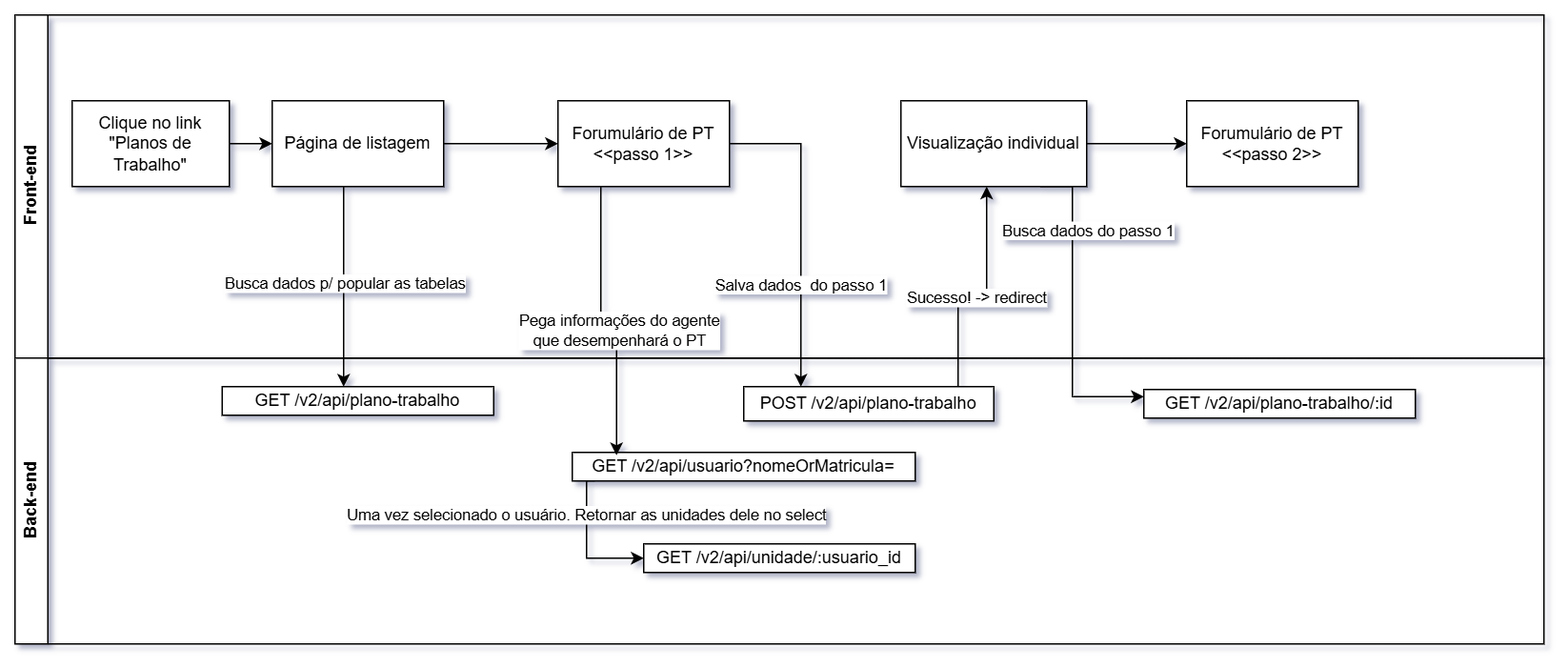
Earlier version of the draw.io export back-end/docs/plano-trabalho/fluxo-1683.drawio.png (gestaogovbr/pgd-petrvs-publico). Source tidied: cells renumbered, new cells last; positions are measured from the earlier drawing's top-left corner, leaving out a move shared by most shapes.
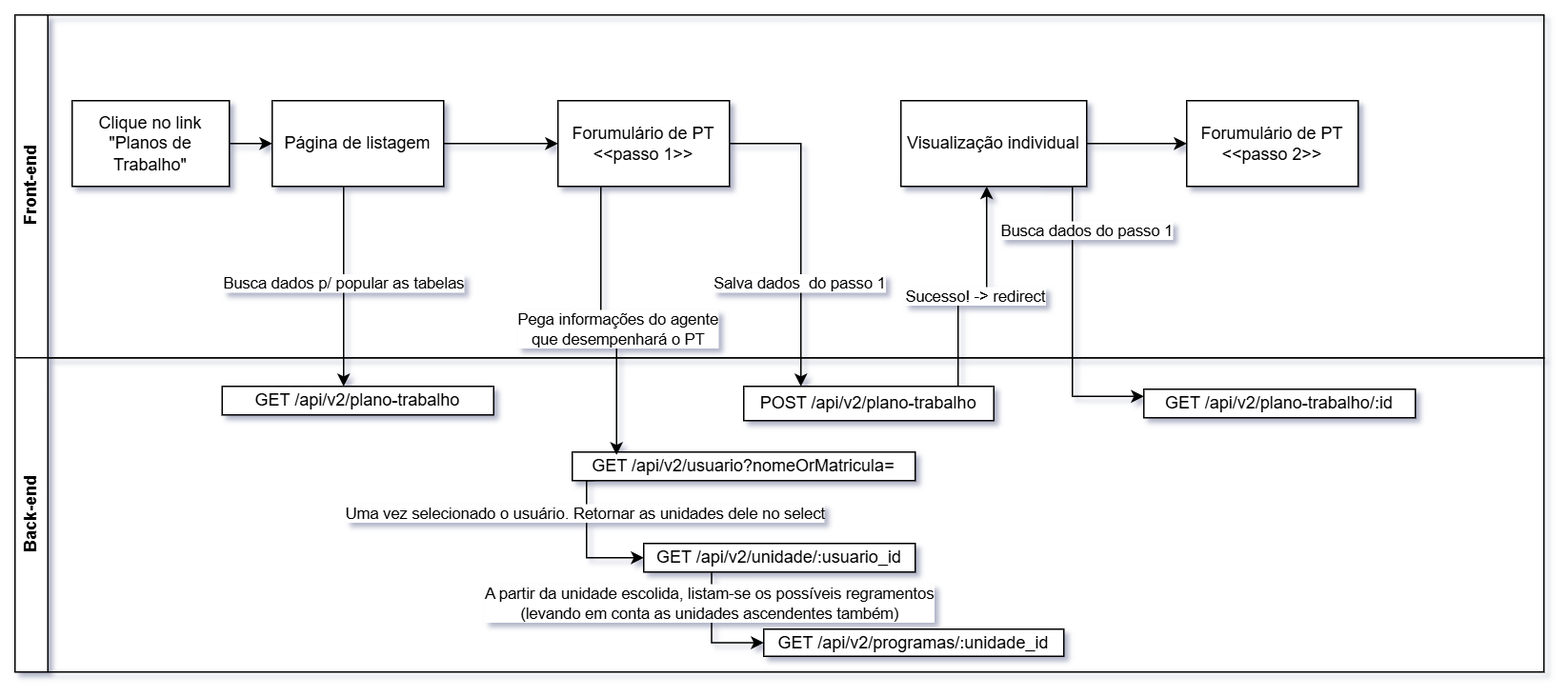
After the commit.

Commit message:
docs(#1683): correção da associação das histórias de usuário mais acertada + reorganização da hierarquia, deixando os contextos semelhantes mais próximos

What changed in the source:
```diff
@@ -30,15 +30,15 @@
       <mxGeometry x="820" y="60" width="120" height="60" as="geometry" />
     </mxCell>
     <mxCell id="11" value="Back-end" style="swimlane;horizontal=0;whiteSpace=wrap;html=1;" parent="1" vertex="1">
-      <mxGeometry y="240" width="1070" height="200" as="geometry" />
+      <mxGeometry y="240" width="1070" height="220" as="geometry" />
     </mxCell>
-    <mxCell id="12" value="GET /v2/api/plano-trabalho" style="whiteSpace=wrap;html=1;" parent="11" vertex="1">
+    <mxCell id="12" value="GET /api/v2/plano-trabalho" style="whiteSpace=wrap;html=1;" parent="11" vertex="1">
       <mxGeometry x="145" y="20" width="190" height="20" as="geometry" />
     </mxCell>
-    <mxCell id="13" value="POST /v2/api/plano-trabalho" style="whiteSpace=wrap;html=1;" parent="11" vertex="1">
+    <mxCell id="13" value="POST /api/v2/plano-trabalho" style="whiteSpace=wrap;html=1;" parent="11" vertex="1">
       <mxGeometry x="510" y="20" width="175" height="24" as="geometry" />
     </mxCell>
-    <mxCell id="14" value="GET /v2/api/plano-trabalho&lt;span style=&quot;background-color: transparent; color: light-dark(rgb(0, 0, 0), rgb(255, 255, 255));&quot;&gt;/:id&lt;/span&gt;" style="whiteSpace=wrap;html=1;" parent="11" vertex="1">
+    <mxCell id="14" value="GET /api/v2/plano-trabalho&lt;span style=&quot;background-color: transparent; color: light-dark(rgb(0, 0, 0), rgb(255, 255, 255));&quot;&gt;/:id&lt;/span&gt;" style="whiteSpace=wrap;html=1;" parent="11" vertex="1">
       <mxGeometry x="790" y="22" width="190" height="20" as="geometry" />
     </mxCell>
     <mxCell id="15" style="edgeStyle=orthogonalEdgeStyle;rounded=0;jettySize=auto;html=1;exitX=0.066;exitY=0.993;exitDx=0;exitDy=0;entryX=0;entryY=0.5;entryDx=0;entryDy=0;exitPerimeter=0;" parent="11" edge="1" source="17" target="18">
@@ -52,12 +52,23 @@
     <mxCell id="16" value="Uma vez selecionado o usuário. Retornar as unidades dele no select" style="edgeLabel;html=1;align=center;verticalAlign=middle;" parent="15" vertex="1">
       <mxGeometry x="-0.43" y="-1" relative="1" as="geometry" />
     </mxCell>
-    <mxCell id="17" value="GET /v2/api/usuario?nomeOrMatricula=" style="whiteSpace=wrap;html=1;" parent="11" vertex="1">
+    <mxCell id="17" value="GET /api/v2/usuario?nomeOrMatricula=" style="whiteSpace=wrap;html=1;" parent="11" vertex="1">
       <mxGeometry x="390" y="66" width="240" height="20" as="geometry" />
     </mxCell>
+    <mxCell id="29" style="edgeStyle=orthogonalEdgeStyle;rounded=0;jettySize=auto;html=1;exitX=0.25;exitY=1;exitDx=0;exitDy=0;entryX=0;entryY=0.5;entryDx=0;entryDy=0;" parent="11" edge="1" source="18" target="31">
+      <mxGeometry relative="1" as="geometry" />
+    </mxCell>
+    <mxCell id="30" value="A partir da unidade escolida, listam-se os possíveis regramentos&lt;div&gt;(levando em conta as unidades ascendentes também)&lt;/div&gt;" style="edgeLabel;html=1;align=center;verticalAlign=middle;" parent="29" vertex="1">
+      <mxGeometry x="-0.2" y="-2" relative="1" as="geometry">
+        <mxPoint y="-13" as="offset" />
+      </mxGeometry>
+    </mxCell>
-    <mxCell id="18" value="GET /v2/api/unidade&lt;span style=&quot;background-color: transparent; color: light-dark(rgb(0, 0, 0), rgb(255, 255, 255));&quot;&gt;/:usuario_id&lt;/span&gt;" style="whiteSpace=wrap;html=1;" parent="11" vertex="1">
+    <mxCell id="18" value="GET /api/v2/unidade&lt;span style=&quot;background-color: transparent; color: light-dark(rgb(0, 0, 0), rgb(255, 255, 255));&quot;&gt;/:usuario_id&lt;/span&gt;" style="whiteSpace=wrap;html=1;" parent="11" vertex="1">
       <mxGeometry x="440" y="130" width="190" height="20" as="geometry" />
     </mxCell>
+    <mxCell id="31" value="GET /api/v2/programas&lt;span style=&quot;background-color: transparent; color: light-dark(rgb(0, 0, 0), rgb(255, 255, 255));&quot;&gt;/:unidade_id&lt;/span&gt;" style="whiteSpace=wrap;html=1;" parent="11" vertex="1">
+      <mxGeometry x="524" y="190" width="210" height="19" as="geometry" />
+    </mxCell>
     <mxCell id="19" style="edgeStyle=orthogonalEdgeStyle;rounded=0;jettySize=auto;html=1;" parent="1" edge="1" source="6" target="12">
       <mxGeometry relative="1" as="geometry">
         <Array as="points">
```
